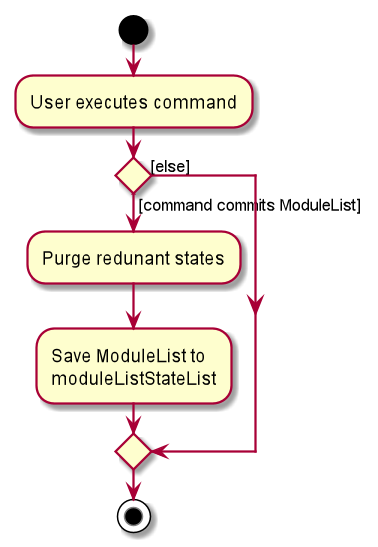
This is docs/images/CommitActivityDiagram.png from nus-cs2103-AY2021S1/tp, a PlantUML export, as it was before one commit.
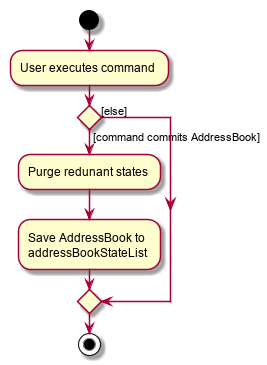
After the change.

The edit, as a diff of the source:
```diff
@@ -3,10 +3,10 @@
 :User executes command;
 
 
-if () then ([command commits ModuleList])
+if () then ([command commits AddressBook])
     :Purge redunant states;
-    :Save ModuleList to
-    moduleListStateList;
+    :Save AddressBook to
+    addressBookStateList;
 else ([else])
 endif
 stop
```
